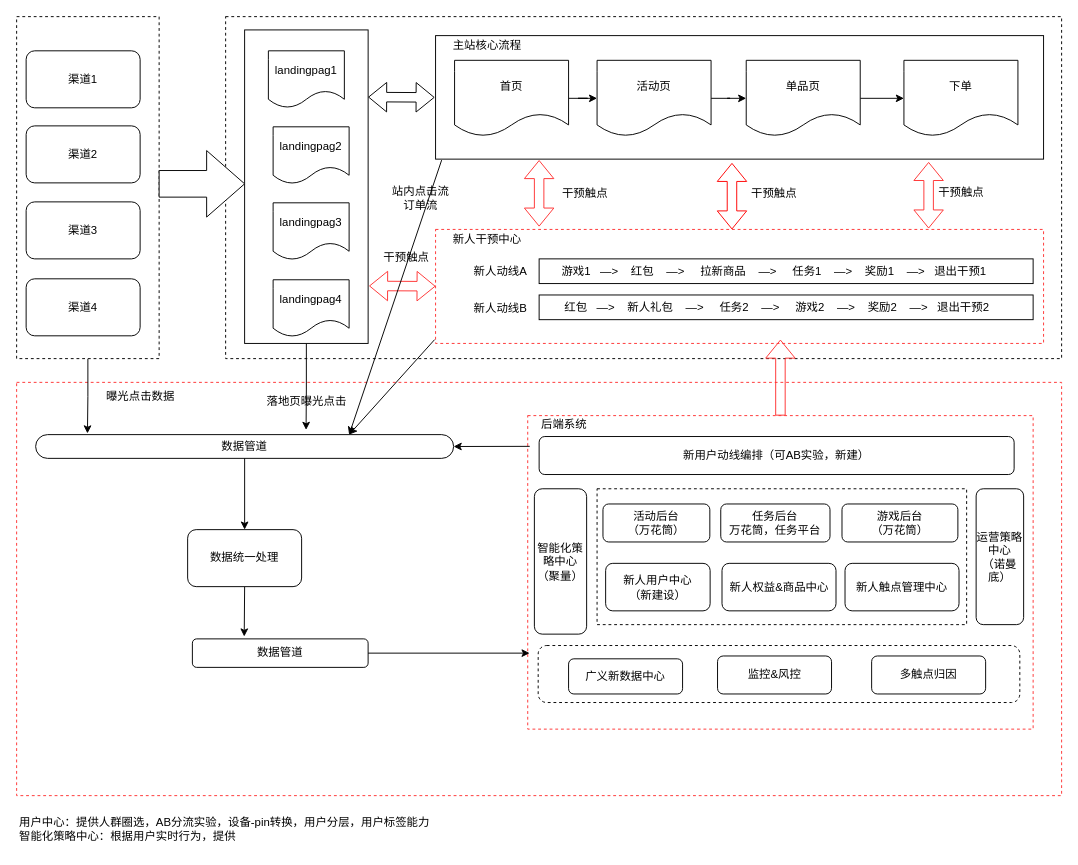
Above: Untitled Diagram.drawio in lishanlin/doc (draw.io), before the change. Source tidied: cells renumbered, new cells numbered last; positions are measured from the earlier drawing's top-left corner, leaving out a move shared by most shapes. Both pictures are drawn from the tidied source at 95%, with x=0, y=0 at pixel (16, 16).
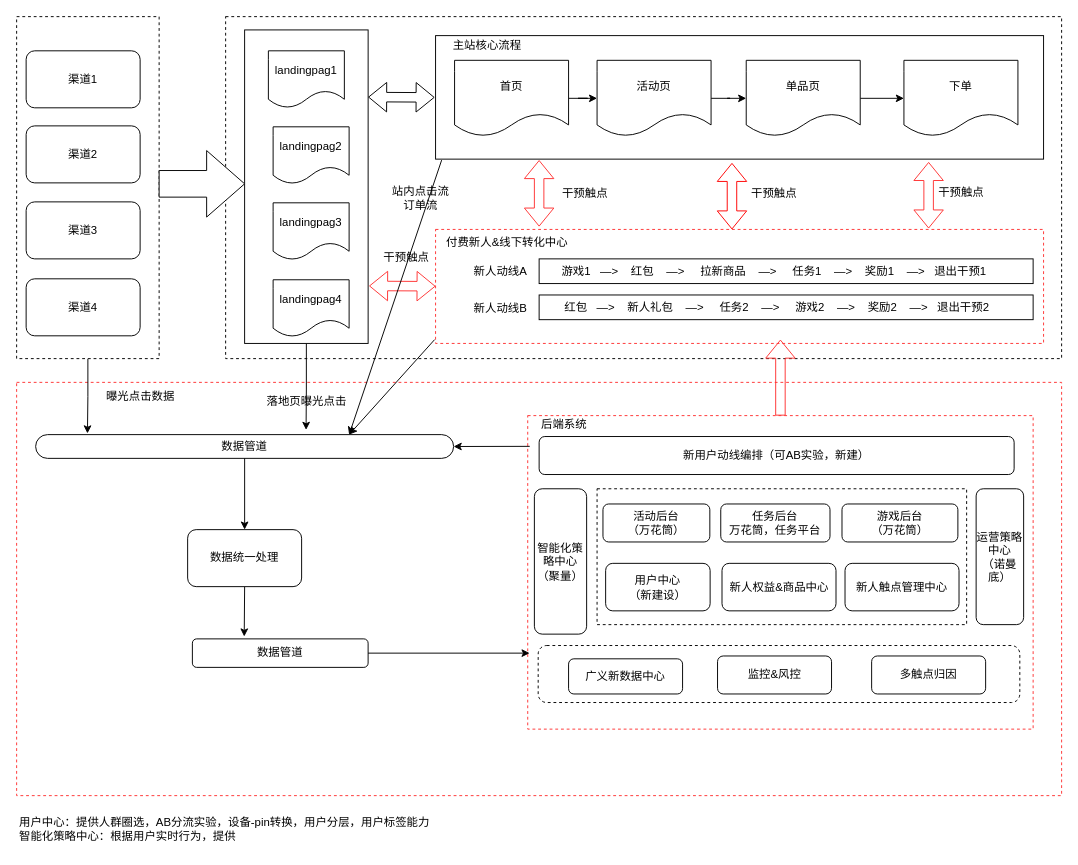
After the change.

What changed in the source:
```diff
@@
-    <mxCell id="51" value="&lt;span style=&quot;&quot;&gt;新人干预中心&lt;/span&gt;" style="text;html=1;align=center;verticalAlign=middle;strokeColor=none;fillColor=none;" parent="1" vertex="1">
-      <mxGeometry x="445" y="220" width="100" height="30" as="geometry" />
+    <mxCell id="51" value="&lt;span style=&quot;&quot;&gt;付费新人&amp;amp;线下转化中心&lt;/span&gt;" style="text;html=1;align=center;verticalAlign=middle;strokeColor=none;fillColor=none;" parent="1" vertex="1">
+      <mxGeometry x="441" y="223" width="150" height="30" as="geometry" />
     </mxCell>
@@
-    <mxCell id="54" value="新人用户中心&lt;br&gt;（新建设）" style="rounded=1;whiteSpace=wrap;html=1;" parent="1" vertex="1">
+    <mxCell id="54" value="用户中心&lt;br&gt;（新建设）" style="rounded=1;whiteSpace=wrap;html=1;" parent="1" vertex="1">
       <mxGeometry x="620" y="575.5" width="110" height="50" as="geometry" />
     </mxCell>
```
